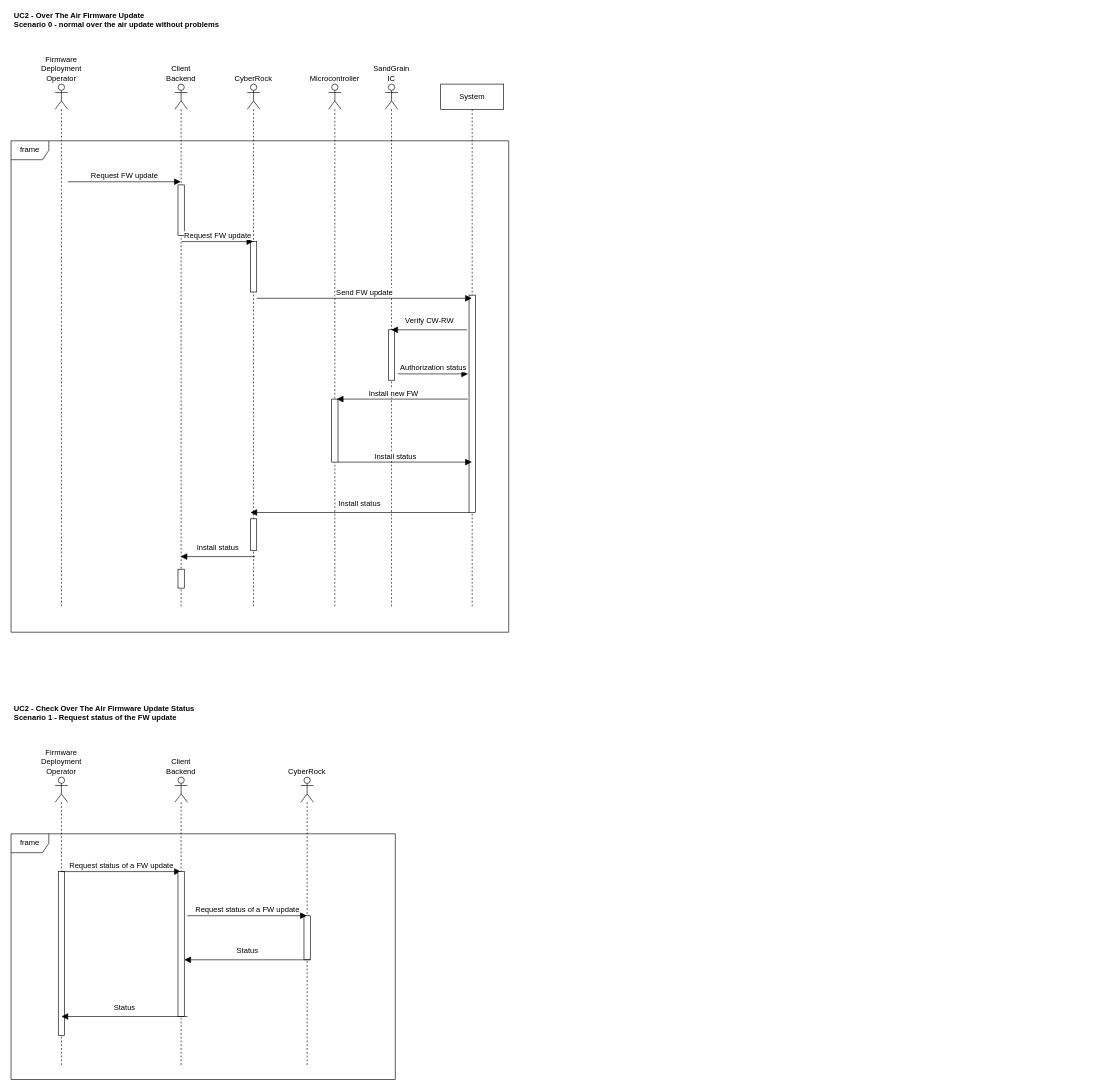
Earlier version of the draw.io diagram page "UC2 - Over The Air Firmware Update" (3 of 5) of Diagramme sans nom.drawio (EHxuban11/EHxuban11). Source tidied: cells renumbered, new cells numbered last; positions are measured from the earlier drawing's top-left corner, leaving out a move shared by most shapes. Both pictures are drawn from the tidied source at 63%, with x=0, y=0 at pixel (11, 14).
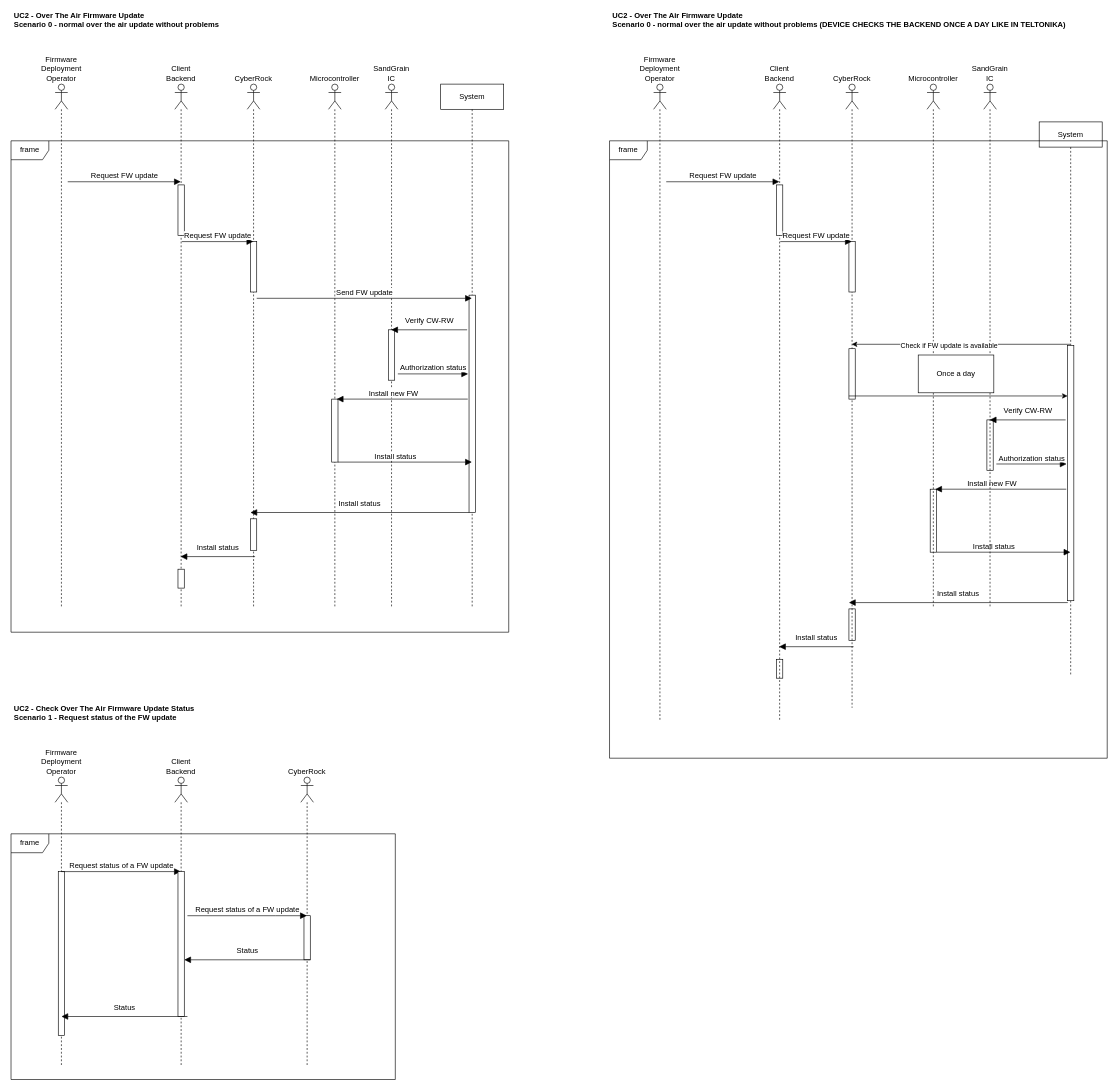
The same diagram, later.

Commit message (it also covers changes not shown here):
Mettre à jour Diagramme sans nom.drawio

What changed in the source:
```diff
@@
+    <mxCell id="38" value="UC2 - Over The Air Firmware Update&lt;div&gt;Scenario 0 - normal over the air update without problems (DEVICE CHECKS THE BACKEND ONCE A DAY LIKE IN TELTONIKA)&amp;nbsp;&lt;/div&gt;" style="text;align=left;fontStyle=1;verticalAlign=middle;spacingLeft=3;spacingRight=3;strokeColor=none;html=1;" parent="1" vertex="1">
+      <mxGeometry x="950" width="180" height="16" as="geometry" />
+    </mxCell>
+    <mxCell id="39" value="System" style="shape=umlLifeline;perimeter=lifelinePerimeter;whiteSpace=wrap;html=1;newEdgeStyle={&quot;curved&quot;:0,&quot;rounded&quot;:0};" parent="1" vertex="1">
+      <mxGeometry x="1632" y="170" width="100" height="880" as="geometry" />
+    </mxCell>
+    <mxCell id="40" style="html=1;points=[[0,0,0,0,5],[0,1,0,0,-5],[1,0,0,0,5],[1,1,0,0,-5]];perimeter=orthogonalPerimeter;outlineConnect=0;targetShapes=umlLifeline;portConstraint=eastwest;newEdgeStyle={&quot;curved&quot;:0,&quot;rounded&quot;:0};" parent="39" vertex="1">
+      <mxGeometry x="45" y="355" width="10" height="405" as="geometry" />
+    </mxCell>
+    <mxCell id="41" style="html=1;perimeter=orthogonalPerimeter;targetShapes=umlLifeline;newEdgeStyle={&quot;curved&quot;:0,&quot;rounded&quot;:0};" parent="39" vertex="1">
+      <mxGeometry x="-302" y="773" width="10" height="50" as="geometry" />
+    </mxCell>
+    <mxCell id="42" style="html=1;perimeter=orthogonalPerimeter;targetShapes=umlLifeline;newEdgeStyle={&quot;curved&quot;:0,&quot;rounded&quot;:0};" parent="39" vertex="1">
+      <mxGeometry x="-173" y="583" width="10" height="100" as="geometry" />
+    </mxCell>
+    <mxCell id="43" style="html=1;perimeter=orthogonalPerimeter;targetShapes=umlLifeline;newEdgeStyle={&quot;curved&quot;:0,&quot;rounded&quot;:0};" parent="39" vertex="1">
+      <mxGeometry x="-83" y="473" width="10" height="80" as="geometry" />
+    </mxCell>
+    <mxCell id="44" style="html=1;perimeter=orthogonalPerimeter;targetShapes=umlLifeline;newEdgeStyle={&quot;curved&quot;:0,&quot;rounded&quot;:0};" parent="39" vertex="1">
+      <mxGeometry x="-417" y="853" width="10" height="30" as="geometry" />
+    </mxCell>
+    <mxCell id="45" value="Verify CW-RW" style="html=1;verticalAlign=bottom;endArrow=block;curved=0;rounded=0;fontSize=12;startSize=8;endSize=8;" parent="39" edge="1">
+      <mxGeometry y="-5" relative="1" as="geometry">
+        <mxPoint x="42" y="473" as="sourcePoint" />
+        <mxPoint x="-78.5" y="473" as="targetPoint" />
+      </mxGeometry>
+    </mxCell>
+    <mxCell id="46" value="Authorization status" style="html=1;verticalAlign=bottom;endArrow=block;curved=0;rounded=0;fontSize=12;startSize=8;endSize=8;" parent="39" edge="1">
+      <mxGeometry relative="1" as="geometry">
+        <mxPoint x="-68" y="543" as="sourcePoint" />
+        <mxPoint x="43.5" y="543" as="targetPoint" />
+      </mxGeometry>
+    </mxCell>
+    <mxCell id="47" value="Install new FW" style="html=1;verticalAlign=bottom;endArrow=block;curved=0;rounded=0;fontSize=12;startSize=8;endSize=8;" parent="39" edge="1">
+      <mxGeometry x="0.13" relative="1" as="geometry">
+        <mxPoint x="43" y="583" as="sourcePoint" />
+        <mxPoint x="-165" y="583" as="targetPoint" />
+      </mxGeometry>
+    </mxCell>
+    <mxCell id="48" value="Install status" style="html=1;verticalAlign=bottom;endArrow=block;curved=0;rounded=0;fontSize=12;startSize=8;endSize=8;" parent="39" edge="1">
+      <mxGeometry x="-0.14" relative="1" as="geometry">
+        <mxPoint x="-163" y="683" as="sourcePoint" />
+        <mxPoint x="49.5" y="683" as="targetPoint" />
+      </mxGeometry>
+    </mxCell>
+    <mxCell id="49" value="Install status" style="html=1;verticalAlign=bottom;endArrow=block;curved=0;rounded=0;fontSize=12;startSize=8;endSize=8;" parent="39" edge="1">
+      <mxGeometry y="-5" relative="1" as="geometry">
+        <mxPoint x="45.4" y="763" as="sourcePoint" />
+        <mxPoint x="-302" y="763" as="targetPoint" />
+      </mxGeometry>
+    </mxCell>
+    <mxCell id="50" value="Install status" style="html=1;verticalAlign=bottom;endArrow=block;curved=0;rounded=0;fontSize=12;startSize=8;endSize=8;" parent="39" edge="1">
+      <mxGeometry y="-5" relative="1" as="geometry">
+        <mxPoint x="-294.6" y="833" as="sourcePoint" />
+        <mxPoint x="-412.9" y="833" as="targetPoint" />
+      </mxGeometry>
+    </mxCell>
+    <mxCell id="51" value="Firmware Deployment Operator" style="shape=umlLifeline;perimeter=lifelinePerimeter;whiteSpace=wrap;html=1;newEdgeStyle={&quot;curved&quot;:0,&quot;rounded&quot;:0};participant=umlActor;labelPosition=center;verticalLabelPosition=top;align=center;verticalAlign=bottom;" parent="1" vertex="1">
+      <mxGeometry x="1020" y="110" width="20" height="1010" as="geometry" />
+    </mxCell>
+    <mxCell id="52" value="CyberRock" style="shape=umlLifeline;perimeter=lifelinePerimeter;whiteSpace=wrap;html=1;outlineConnect=0;portConstraint=eastwest;newEdgeStyle={&quot;curved&quot;:0,&quot;rounded&quot;:0};participant=umlActor;labelPosition=center;verticalLabelPosition=top;align=center;verticalAlign=bottom;" parent="1" vertex="1">
+      <mxGeometry x="1325" y="110" width="20" height="990" as="geometry" />
+    </mxCell>
+    <mxCell id="53" style="html=1;perimeter=orthogonalPerimeter;targetShapes=umlLifeline;newEdgeStyle={&quot;curved&quot;:0,&quot;rounded&quot;:0};" parent="52" vertex="1">
+      <mxGeometry x="5" y="250" width="10" height="80" as="geometry" />
+    </mxCell>
+    <mxCell id="54" style="html=1;points=[[0,0,0,0,5],[0,1,0,0,-5],[1,0,0,0,5],[1,1,0,0,-5]];perimeter=orthogonalPerimeter;outlineConnect=0;targetShapes=umlLifeline;portConstraint=eastwest;newEdgeStyle={&quot;curved&quot;:0,&quot;rounded&quot;:0};" parent="52" vertex="1">
+      <mxGeometry x="5" y="420" width="10" height="80" as="geometry" />
+    </mxCell>
+    <mxCell id="55" value="Microcontroller" style="shape=umlLifeline;perimeter=lifelinePerimeter;whiteSpace=wrap;html=1;newEdgeStyle={&quot;curved&quot;:0,&quot;rounded&quot;:0};participant=umlActor;labelPosition=center;verticalLabelPosition=top;align=center;verticalAlign=bottom;" parent="1" vertex="1">
+      <mxGeometry x="1454" y="110" width="20" height="830" as="geometry" />
+    </mxCell>
+    <mxCell id="56" value="frame" style="shape=umlFrame;whiteSpace=wrap;html=1;" parent="1" vertex="1">
+      <mxGeometry x="950" y="200" width="790" height="980" as="geometry" />
+    </mxCell>
+    <mxCell id="57" value="SandGrain IC" style="shape=umlLifeline;perimeter=lifelinePerimeter;whiteSpace=wrap;html=1;newEdgeStyle={&quot;curved&quot;:0,&quot;rounded&quot;:0};participant=umlActor;labelPosition=center;verticalLabelPosition=top;align=center;verticalAlign=bottom;" parent="1" vertex="1">
+      <mxGeometry x="1544" y="110" width="20" height="830" as="geometry" />
+    </mxCell>
+    <mxCell id="58" value="Request FW update" style="html=1;verticalAlign=bottom;endArrow=block;curved=0;rounded=0;fontSize=12;startSize=8;endSize=8;" parent="1" edge="1" target="59">
+      <mxGeometry relative="1" as="geometry">
+        <mxPoint x="1040" y="265" as="sourcePoint" />
+      </mxGeometry>
+    </mxCell>
+    <mxCell id="59" value="Client Backend" style="shape=umlLifeline;perimeter=lifelinePerimeter;whiteSpace=wrap;html=1;outlineConnect=0;portConstraint=eastwest;newEdgeStyle={&quot;curved&quot;:0,&quot;rounded&quot;:0};participant=umlActor;labelPosition=center;verticalLabelPosition=top;align=center;verticalAlign=bottom;" parent="1" vertex="1">
+      <mxGeometry x="1210" y="110" width="20" height="1010" as="geometry" />
+    </mxCell>
+    <mxCell id="60" style="html=1;perimeter=orthogonalPerimeter;targetShapes=umlLifeline;newEdgeStyle={&quot;curved&quot;:0,&quot;rounded&quot;:0};" parent="59" vertex="1">
+      <mxGeometry x="5" y="160" width="10" height="80" as="geometry" />
+    </mxCell>
+    <mxCell id="61" value="Request FW update" style="html=1;verticalAlign=bottom;endArrow=block;curved=0;rounded=0;fontSize=12;startSize=8;endSize=8;" parent="1" edge="1" target="52">
+      <mxGeometry relative="1" as="geometry">
+        <mxPoint x="1221" y="360" as="sourcePoint" />
+      </mxGeometry>
+    </mxCell>
+    <mxCell id="62" style="endArrow=classic;html=1;rounded=0;" parent="1" edge="1" target="52">
+      <mxGeometry relative="1" as="geometry">
+        <mxPoint x="1681.5" y="523" as="sourcePoint" />
+      </mxGeometry>
+    </mxCell>
+    <mxCell id="63" value="Check if FW update is available" style="edgeLabel;html=1;align=center;verticalAlign=middle;" parent="62" vertex="1">
+      <mxGeometry x="0.11" y="1" relative="1" as="geometry" />
+    </mxCell>
+    <mxCell id="64" value="Once a day" style="rounded=0;whiteSpace=wrap;html=1;fillColor=light-dark(#FFFFFF,#27FF76);" parent="1" vertex="1">
+      <mxGeometry x="1440" y="540" width="120" height="60" as="geometry" />
+    </mxCell>
+    <mxCell id="65" style="endArrow=classic;html=1;rounded=0;exitX=0;exitY=1;exitDx=0;exitDy=-5;exitPerimeter=0;" parent="1" edge="1" source="54" target="40">
+      <mxGeometry relative="1" as="geometry" />
+    </mxCell>
```
